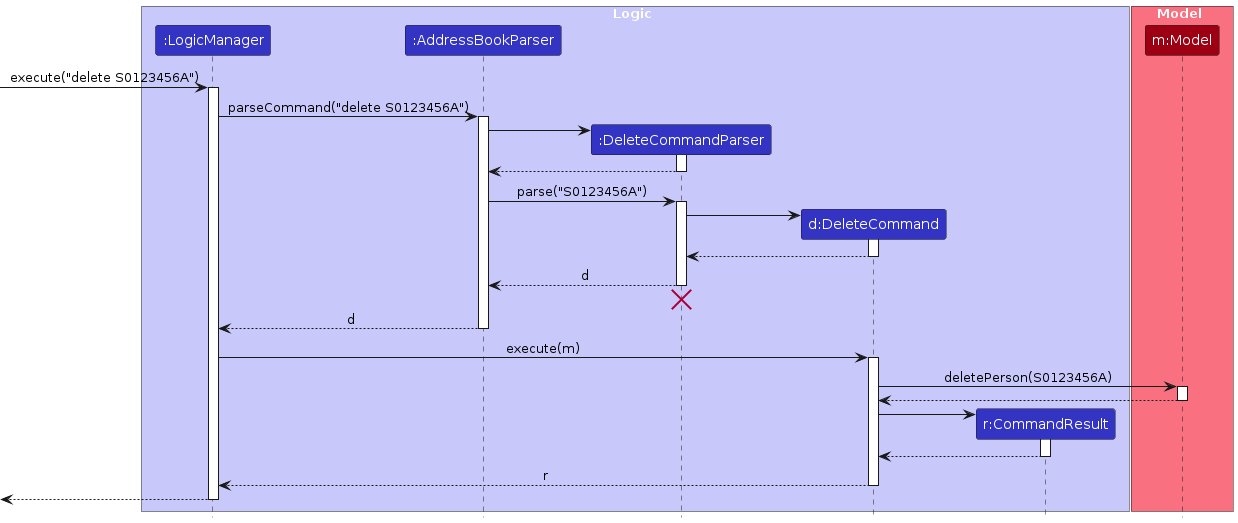
AY2324S2-CS2103T-F14-2/tp keeps this PlantUML diagram as diagrams/DeleteSequenceDiagram.png. Above is the earlier version. Its source is kept beside it as diagrams/DeleteSequenceDiagram.puml.
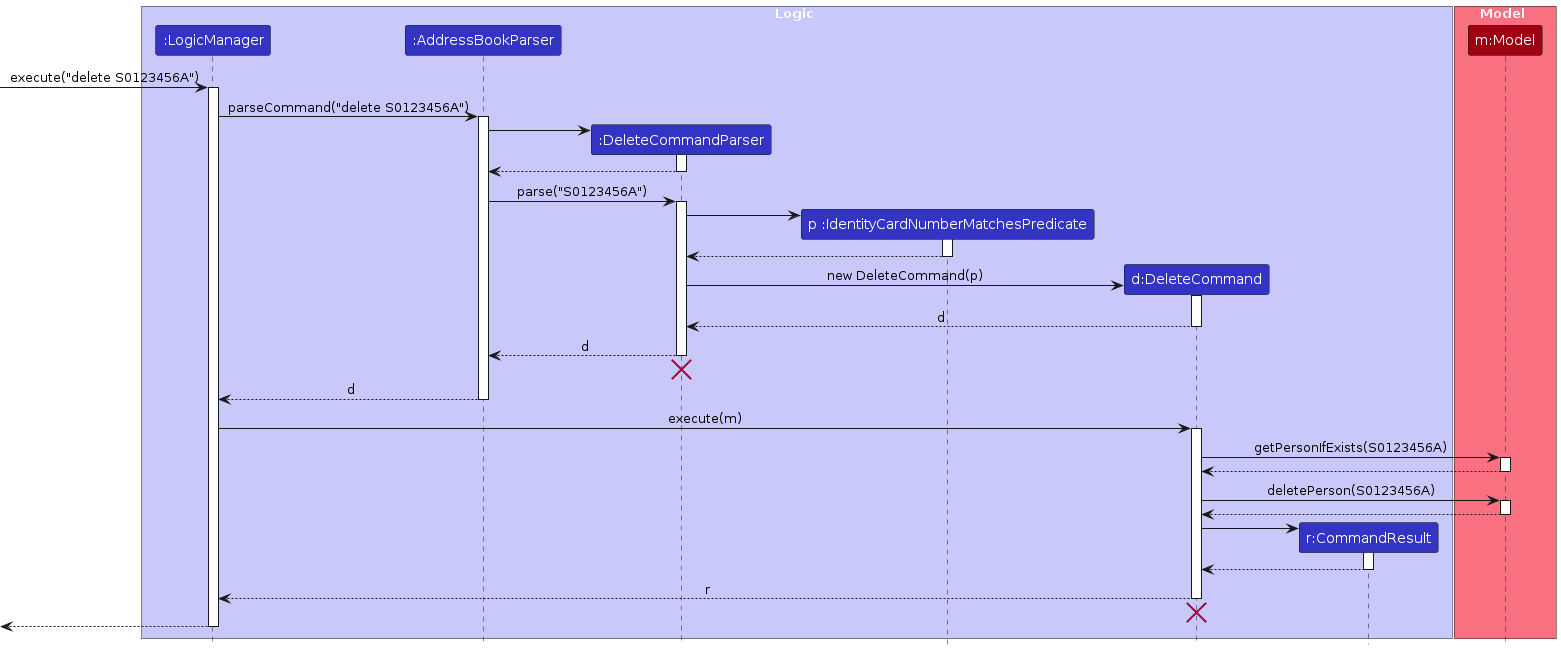
Above is the later version.

Diff of the diagram source:
```diff
@@ -6,6 +6,7 @@
 participant ":LogicManager" as LogicManager LOGIC_COLOR
 participant ":AddressBookParser" as AddressBookParser LOGIC_COLOR
 participant ":DeleteCommandParser" as DeleteCommandParser LOGIC_COLOR
+participant "p :IdentityCardNumberMatchesPredicate" as IdentityCardNumberMatchesPredicate LOGIC_COLOR
 participant "d:DeleteCommand" as DeleteCommand LOGIC_COLOR
 participant "r:CommandResult" as CommandResult LOGIC_COLOR
 end box
@@ -30,11 +31,18 @@
 AddressBookParser -> DeleteCommandParser : parse("S0123456A")
 activate DeleteCommandParser
 
+create IdentityCardNumberMatchesPredicate
+DeleteCommandParser -> IdentityCardNumberMatchesPredicate
+activate IdentityCardNumberMatchesPredicate
+
+IdentityCardNumberMatchesPredicate --> DeleteCommandParser
+deactivate IdentityCardNumberMatchesPredicate
+
 create DeleteCommand
-DeleteCommandParser -> DeleteCommand
+DeleteCommandParser -> DeleteCommand : new DeleteCommand(p)
 activate DeleteCommand
 
-DeleteCommand --> DeleteCommandParser :
+DeleteCommand --> DeleteCommandParser : d
 deactivate DeleteCommand
 
 DeleteCommandParser --> AddressBookParser : d
@@ -47,6 +55,12 @@
 
 LogicManager -> DeleteCommand : execute(m)
 activate DeleteCommand
+
+DeleteCommand -> Model : getPersonIfExists(S0123456A)
+activate Model
+
+Model --> DeleteCommand
+deactivate Model
 
 DeleteCommand -> Model : deletePerson(S0123456A)
 activate Model
@@ -64,6 +78,9 @@
 DeleteCommand --> LogicManager : r
 deactivate DeleteCommand
 
+DeleteCommand -[hidden]-> LogicManager
+destroy DeleteCommand
+
 [<--LogicManager
 deactivate LogicManager
 @enduml
```
